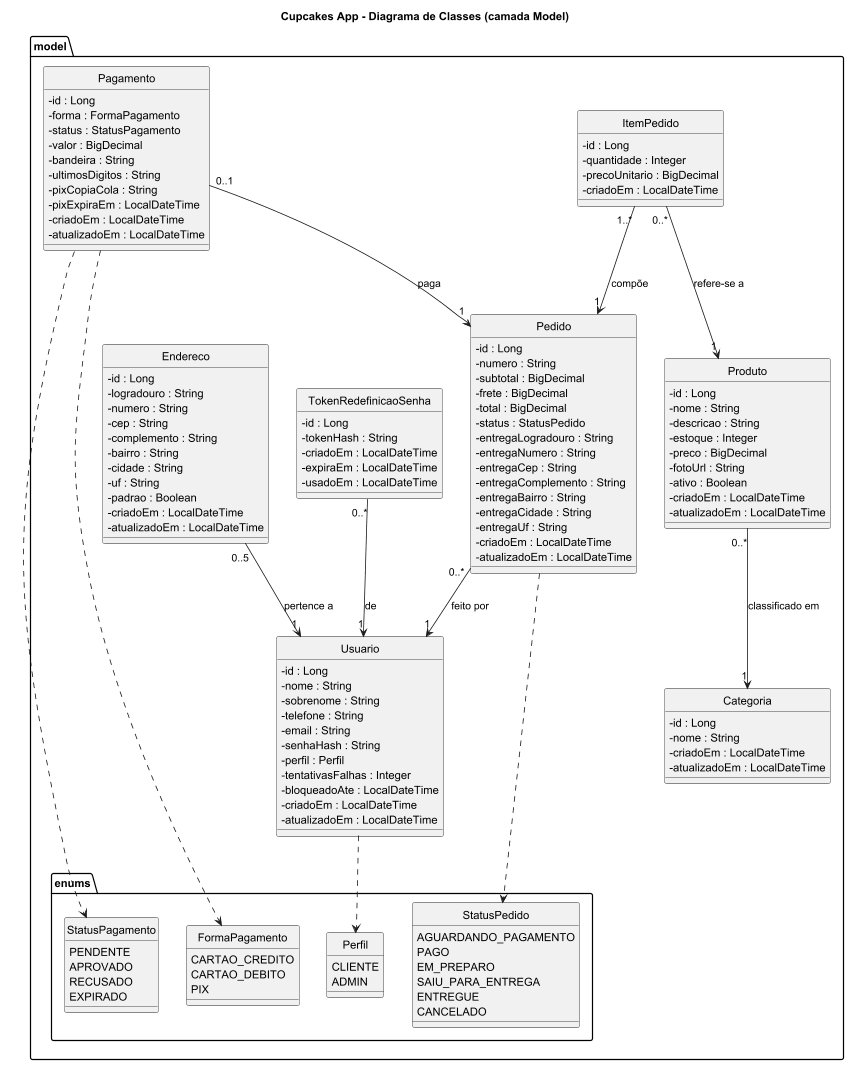
The PlantUML diagram docs/situacao-1/uml/img/classes.png in ErickSantox/Cupcakes-app, before a commit. The source it was exported from:
```plantuml
@startuml classes
title Cupcakes App - Diagrama de Classes (camada Model)
hide circle
skinparam classAttributeIconSize 0

package "model.enums" {
  enum Perfil {
    CLIENTE
    ADMIN
  }
  enum StatusPedido {
    AGUARDANDO_PAGAMENTO
    PAGO
    EM_PREPARO
    SAIU_PARA_ENTREGA
    ENTREGUE
    CANCELADO
  }
  enum FormaPagamento {
    CARTAO_CREDITO
    CARTAO_DEBITO
    PIX
  }
  enum StatusPagamento {
    PENDENTE
    APROVADO
    RECUSADO
    EXPIRADO
  }
}

package "model" {
  class Usuario {
    - id : Long
    - nome : String
    - sobrenome : String
    - telefone : String
    - email : String
    - senhaHash : String
    - perfil : Perfil
    - tentativasFalhas : Integer
    - bloqueadoAte : LocalDateTime
    - criadoEm : LocalDateTime
    - atualizadoEm : LocalDateTime
  }

  class Endereco {
    - id : Long
    - logradouro : String
    - numero : String
    - cep : String
    - complemento : String
    - bairro : String
    - cidade : String
    - uf : String
    - padrao : Boolean
    - criadoEm : LocalDateTime
    - atualizadoEm : LocalDateTime
  }

  class Categoria {
    - id : Long
    - nome : String
    - criadoEm : LocalDateTime
    - atualizadoEm : LocalDateTime
  }

  class Produto {
    - id : Long
    - nome : String
    - descricao : String
    - estoque : Integer
    - preco : BigDecimal
    - fotoUrl : String
    - ativo : Boolean
    - criadoEm : LocalDateTime
    - atualizadoEm : LocalDateTime
  }

  class Pedido {
    - id : Long
    - numero : String
    - subtotal : BigDecimal
    - frete : BigDecimal
    - total : BigDecimal
    - status : StatusPedido
    - entregaLogradouro : String
    - entregaNumero : String
    - entregaCep : String
    - entregaComplemento : String
    - entregaBairro : String
    - entregaCidade : String
    - entregaUf : String
    - criadoEm : LocalDateTime
    - atualizadoEm : LocalDateTime
  }

  class ItemPedido {
    - id : Long
    - quantidade : Integer
    - precoUnitario : BigDecimal
    - criadoEm : LocalDateTime
  }

  class Pagamento {
    - id : Long
    - forma : FormaPagamento
    - status : StatusPagamento
    - valor : BigDecimal
    - bandeira : String
    - ultimosDigitos : String
    - pixCopiaCola : String
    - pixExpiraEm : LocalDateTime
    - criadoEm : LocalDateTime
    - atualizadoEm : LocalDateTime
  }

  class TokenRedefinicaoSenha {
    - id : Long
    - tokenHash : String
    - criadoEm : LocalDateTime
    - expiraEm : LocalDateTime
    - usadoEm : LocalDateTime
  }
}

Endereco "0..5" --> "1" Usuario : pertence a
Pedido "0..*" --> "1" Usuario : feito por
TokenRedefinicaoSenha "0..*" --> "1" Usuario : de
Produto "0..*" --> "1" Categoria : classificado em
ItemPedido "1..*" --> "1" Pedido : compõe
ItemPedido "0..*" --> "1" Produto : refere-se a
Pagamento "0..1" --> "1" Pedido : paga

Usuario ..> Perfil
Pedido ..> StatusPedido
Pagamento ..> FormaPagamento
Pagamento ..> StatusPagamento
@enduml
```
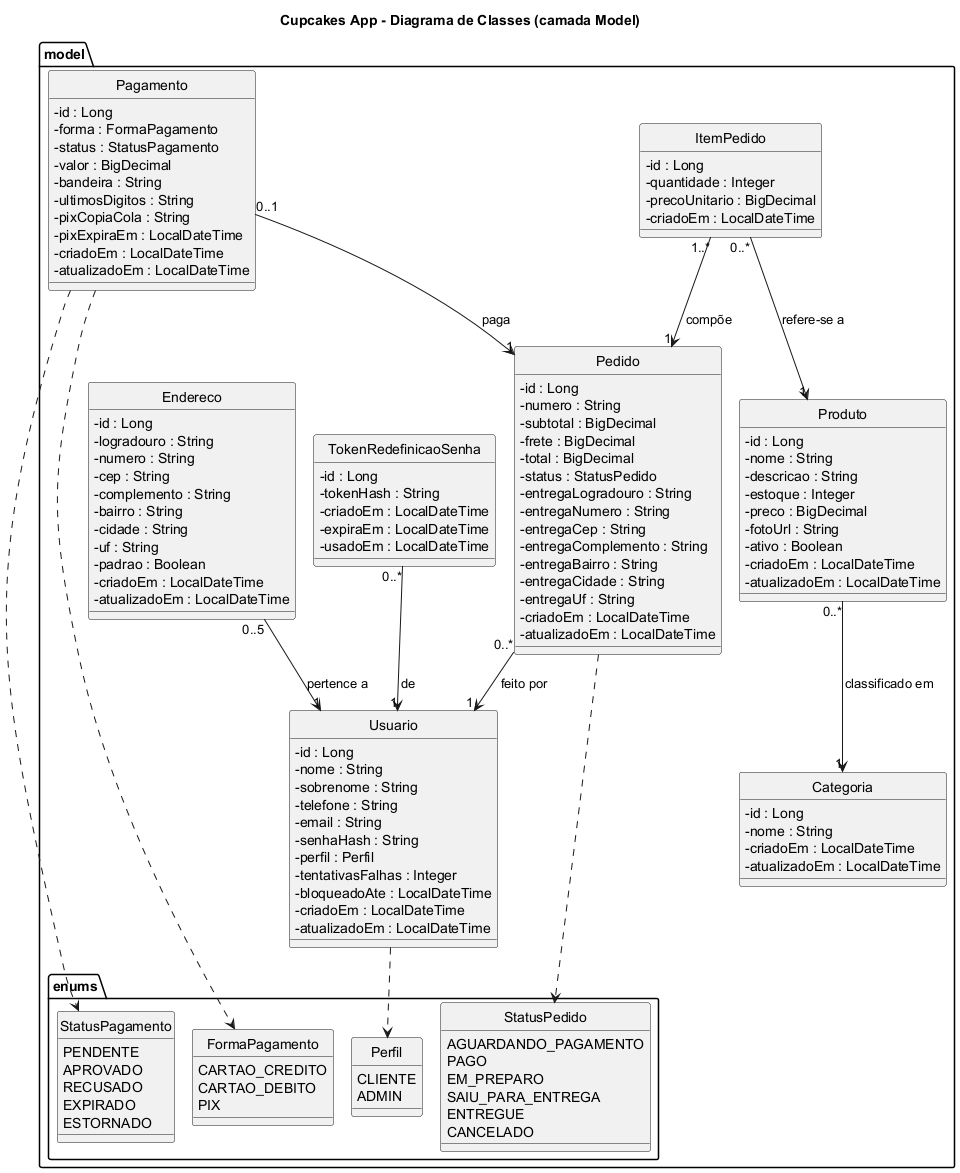
The same file after the commit.

Commit message:
docs: regenera o diagrama de classes com o status ESTORNADO

The edit, as a diff of the source:
```diff
@@ -1,4 +1,5 @@
 @startuml classes
+!pragma layout smetana
 title Cupcakes App - Diagrama de Classes (camada Model)
 hide circle
 skinparam classAttributeIconSize 0
@@ -26,6 +27,7 @@
     APROVADO
     RECUSADO
     EXPIRADO
+    ESTORNADO
   }
 }
 
```
